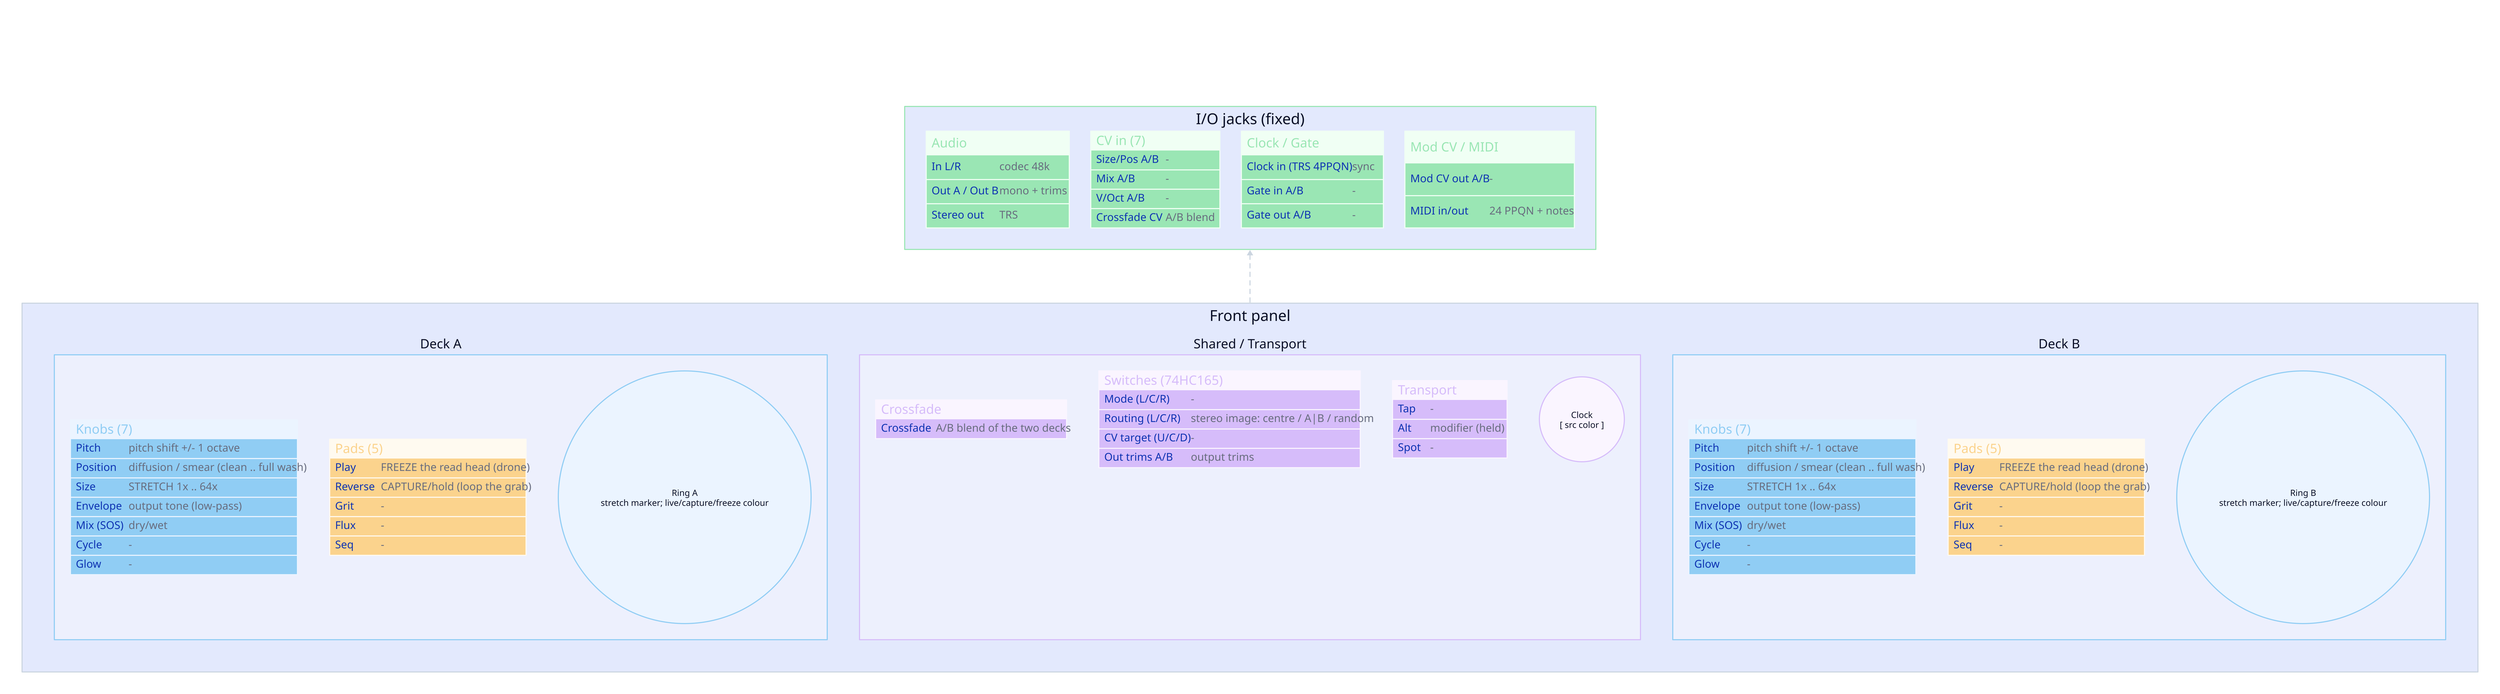
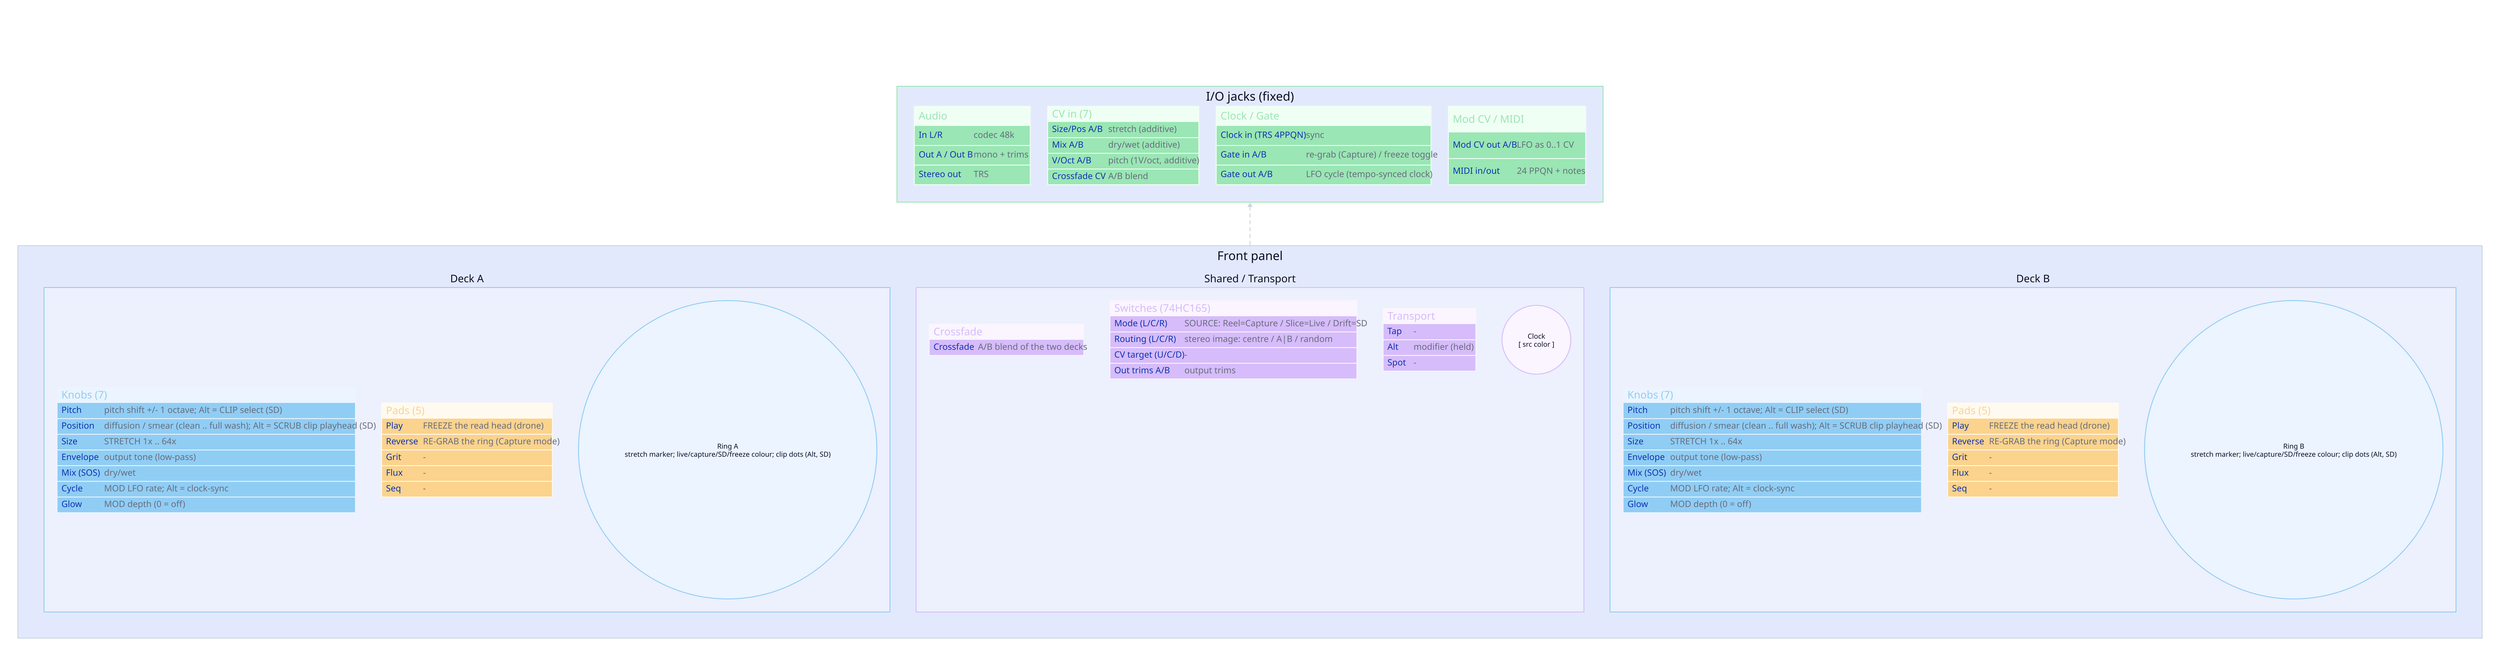
# GENERATED from controls-template.d2 by scripts/gen_controls_diagram.py.
# Edit the JSON spec (pstretch.json), not this file; then re-run / `make diagrams`.

direction: up

vars: {
  d2-config: {
    layout-engine: dagre
    pad: 40
  }
}

title: |md
  # Pstretch - real-time PaulStretch ambient time-smear
-   _clean-room PaulStretch; live smear + capture-and-stretch-through_
+   _clean-room PaulStretch; live / capture / SD-file source, stretch-through_
| {
  near: top-center
  style.font-size: 26
}

classes: {
  knob:   { style: { fill: "#ebf4ff"; stroke: "#90cdf4"; stroke-width: 2 } }
  pad:    { style: { fill: "#fffaf0"; stroke: "#fbd38d"; stroke-width: 2 } }
  shared: { style: { fill: "#faf5ff"; stroke: "#d6bcfa"; stroke-width: 2 } }
  io:     { style: { fill: "#f0fff4"; stroke: "#9ae6b4"; stroke-width: 2 } }
}

panel: Front panel {
  grid-columns: 3
  grid-gap: 60
  style.stroke: "#cbd5e0"

  # ----------------------------------------------------------------- DECK A
  deckA: Deck A {
    style.stroke: "#90cdf4"

    knobsA: Knobs (7) {
      class: knob
      shape: sql_table
-       Pitch: "pitch shift +/- 1 octave"
-       Position: "diffusion / smear (clean .. full wash)"
+       Pitch: "pitch shift +/- 1 octave; Alt = CLIP select (SD)"
+       Position: "diffusion / smear (clean .. full wash); Alt = SCRUB clip playhead (SD)"
      Size: "STRETCH 1x .. 64x"
      Envelope: "output tone (low-pass)"
      "Mix (SOS)": "dry/wet"
-       Cycle: "-"
-       Glow: "-"
+       Cycle: "MOD LFO rate; Alt = clock-sync"
+       Glow: "MOD depth (0 = off)"
    }

    padsA: Pads (5) {
      class: pad
      shape: sql_table
      Play: "FREEZE the read head (drone)"
-       Reverse: "CAPTURE/hold (loop the grab)"
+       Reverse: "RE-GRAB the ring (Capture mode)"
      Grit: "-"
      Flux: "-"
      Seq: "-"
    }

    ringA: "LED Ring A (32px)" {
      class: knob
      shape: circle
-       label: "Ring A\nstretch marker; live/capture/freeze colour"
+       label: "Ring A\nstretch marker; live/capture/SD/freeze colour; clip dots (Alt, SD)"
    }
  }

  # --------------------------------------------------------------- SHARED
  center: Shared / Transport {
    style.stroke: "#d6bcfa"

    xfade: Crossfade {
      class: shared
      shape: sql_table
      Crossfade: "A/B blend of the two decks"
    }

    switches: Switches (74HC165) {
      class: shared
      shape: sql_table
-       "Mode (L/C/R)": "-"
+       "Mode (L/C/R)": "SOURCE: Reel=Capture / Slice=Live / Drift=SD"
      "Routing (L/C/R)": "stereo image: centre / A|B / random"
      "CV target (U/C/D)": "-"
      "Out trims A/B": "output trims"
    }

    transport: Transport {
      class: shared
      shape: sql_table
      Tap: "-"
      Alt:  "modifier (held)"
      Spot: "-"
    }

    clockled: "Clock LED" {
      class: shared
      shape: circle
      label: "Clock\n[ src color ]"
    }
  }

  # ----------------------------------------------------------------- DECK B
  deckB: Deck B {
    style.stroke: "#90cdf4"

    knobsB: Knobs (7) {
      class: knob
      shape: sql_table
-       Pitch: "pitch shift +/- 1 octave"
-       Position: "diffusion / smear (clean .. full wash)"
+       Pitch: "pitch shift +/- 1 octave; Alt = CLIP select (SD)"
+       Position: "diffusion / smear (clean .. full wash); Alt = SCRUB clip playhead (SD)"
      Size: "STRETCH 1x .. 64x"
      Envelope: "output tone (low-pass)"
      "Mix (SOS)": "dry/wet"
-       Cycle: "-"
-       Glow: "-"
+       Cycle: "MOD LFO rate; Alt = clock-sync"
+       Glow: "MOD depth (0 = off)"
    }

    padsB: Pads (5) {
      class: pad
      shape: sql_table
      Play: "FREEZE the read head (drone)"
-       Reverse: "CAPTURE/hold (loop the grab)"
+       Reverse: "RE-GRAB the ring (Capture mode)"
      Grit: "-"
      Flux: "-"
      Seq: "-"
    }

    ringB: "LED Ring B (32px)" {
      class: knob
      shape: circle
-       label: "Ring B\nstretch marker; live/capture/freeze colour"
+       label: "Ring B\nstretch marker; live/capture/SD/freeze colour; clip dots (Alt, SD)"
    }
  }
}

# ---------------------------------------------------------------------- I/O
io: I/O jacks (fixed) {
  grid-columns: 4
  grid-gap: 40
  style.stroke: "#9ae6b4"

  audio: Audio {
    class: io
    shape: sql_table
    "In L/R":        "codec 48k"
    "Out A / Out B": "mono + trims"
    "Stereo out":    "TRS"
  }

  cv: CV in (7) {
    class: io
    shape: sql_table
-     "Size/Pos A/B": "-"
-     "Mix A/B": "-"
-     "V/Oct A/B": "-"
+     "Size/Pos A/B": "stretch (additive)"
+     "Mix A/B": "dry/wet (additive)"
+     "V/Oct A/B": "pitch (1V/oct, additive)"
    "Crossfade CV": "A/B blend"
  }

  gates: Clock / Gate {
    class: io
    shape: sql_table
    "Clock in (TRS 4PPQN)": "sync"
-     "Gate in A/B": "-"
-     "Gate out A/B": "-"
+     "Gate in A/B": "re-grab (Capture) / freeze toggle"
+     "Gate out A/B": "LFO cycle (tempo-synced clock)"
  }

  modmidi: Mod CV / MIDI {
    class: io
    shape: sql_table
-     "Mod CV out A/B": "-"
+     "Mod CV out A/B": "LFO as 0..1 CV"
    "MIDI in/out":    "24 PPQN + notes"
  }
}

panel -> io: {
  style: { stroke: "#cbd5e0"; stroke-dash: 4 }
}
